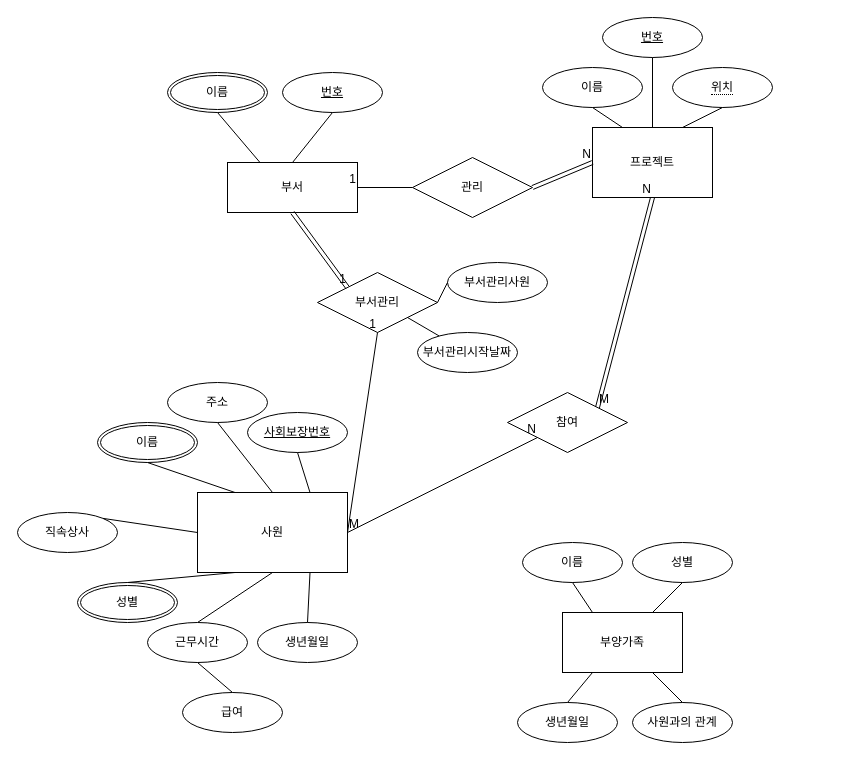
Earlier version of the draw.io diagram 회사다이어그램.drawio (fghjklvmbn/programming-of-anything). Source tidied: cells renumbered, new cells numbered last; positions are measured from the earlier drawing's top-left corner, leaving out a move shared by most shapes. Both pictures are drawn from the tidied source at 100%, with x=0, y=0 at pixel (17, 17).
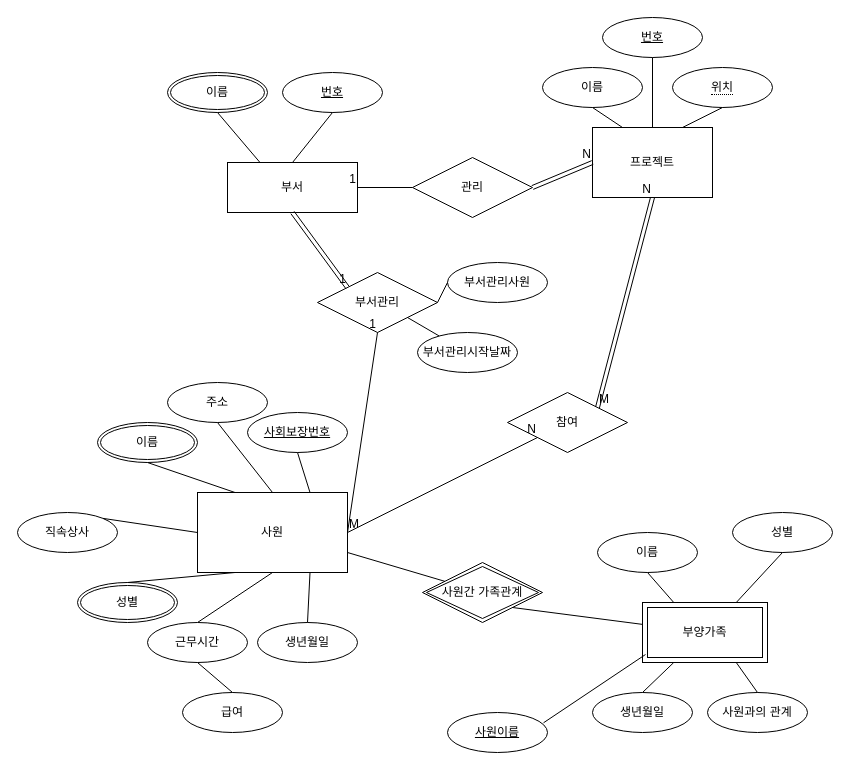
Above is the later version.

Commit message:
회사다이어그램.drawio 업데이트

Unchanged cells that the change refers to:
```xml
<mxCell id="5" value="사원" style="rounded=0;whiteSpace=wrap;html=1;" parent="1" vertex="1">
  <mxGeometry x="180" y="475" width="150" height="80" as="geometry" />
</mxCell>
```

The edit, as a diff of the source:
```diff
@@
-    <mxCell id="3" value="부양가족" style="rounded=0;whiteSpace=wrap;html=1;" parent="1" vertex="1">
-      <mxGeometry x="545" y="595" width="120" height="60" as="geometry" />
-    </mxCell>
@@
     <mxCell id="26" value="성별" style="ellipse;whiteSpace=wrap;html=1;align=center;" parent="1" vertex="1">
-      <mxGeometry x="615" y="525" width="100" height="40" as="geometry" />
+      <mxGeometry x="715" y="495" width="100" height="40" as="geometry" />
     </mxCell>
     <mxCell id="27" value="이름" style="ellipse;whiteSpace=wrap;html=1;align=center;" parent="1" vertex="1">
-      <mxGeometry x="505" y="525" width="100" height="40" as="geometry" />
+      <mxGeometry x="580" y="515" width="100" height="40" as="geometry" />
     </mxCell>
     <mxCell id="28" value="생년월일" style="ellipse;whiteSpace=wrap;html=1;align=center;" parent="1" vertex="1">
-      <mxGeometry x="500" y="685" width="100" height="40" as="geometry" />
+      <mxGeometry x="575" y="675" width="100" height="40" as="geometry" />
     </mxCell>
     <mxCell id="29" value="사원과의 관계" style="ellipse;whiteSpace=wrap;html=1;align=center;" parent="1" vertex="1">
-      <mxGeometry x="615" y="685" width="100" height="40" as="geometry" />
+      <mxGeometry x="690" y="675" width="100" height="40" as="geometry" />
     </mxCell>
@@
-    <mxCell id="32" style="endArrow=none;html=1;rounded=0;exitX=0.25;exitY=0;exitDx=0;exitDy=0;entryX=0.5;entryY=1;entryDx=0;entryDy=0;" parent="1" edge="1" source="3" target="27">
+    <mxCell id="32" style="endArrow=none;html=1;rounded=0;entryX=0.5;entryY=1;entryDx=0;entryDy=0;exitX=0.25;exitY=0;exitDx=0;exitDy=0;" parent="1" edge="1" source="3" target="27">
       <mxGeometry relative="1" as="geometry" />
     </mxCell>
@@
+    <mxCell id="61" value="사원간 가족관계" style="shape=rhombus;double=1;perimeter=rhombusPerimeter;whiteSpace=wrap;html=1;align=center;" parent="1" vertex="1">
+      <mxGeometry x="405" y="545" width="120" height="60" as="geometry" />
+    </mxCell>
+    <mxCell id="62" style="endArrow=none;html=1;rounded=0;exitX=1;exitY=0.75;exitDx=0;exitDy=0;" parent="1" edge="1" source="5" target="61">
+      <mxGeometry relative="1" as="geometry" />
+    </mxCell>
+    <mxCell id="63" style="endArrow=none;html=1;rounded=0;exitX=1;exitY=1;exitDx=0;exitDy=0;" parent="1" edge="1" source="61" target="3">
+      <mxGeometry relative="1" as="geometry" />
+    </mxCell>
+    <mxCell id="3" value="부양가족" style="shape=ext;margin=3;double=1;whiteSpace=wrap;html=1;align=center;" parent="1" vertex="1">
+      <mxGeometry x="625" y="585" width="125" height="60" as="geometry" />
+    </mxCell>
+    <mxCell id="64" style="endArrow=none;html=1;rounded=0;entryX=0.024;entryY=0.867;entryDx=0;entryDy=0;entryPerimeter=0;exitX=1;exitY=0;exitDx=0;exitDy=0;" parent="1" edge="1" target="3">
+      <mxGeometry relative="1" as="geometry">
+        <mxPoint x="526" y="705.3" as="sourcePoint" />
+      </mxGeometry>
+    </mxCell>
+    <mxCell id="65" value="사원이름" style="ellipse;whiteSpace=wrap;html=1;align=center;fontStyle=4;" parent="1" vertex="1">
+      <mxGeometry x="430" y="695" width="100" height="40" as="geometry" />
+    </mxCell>
```
